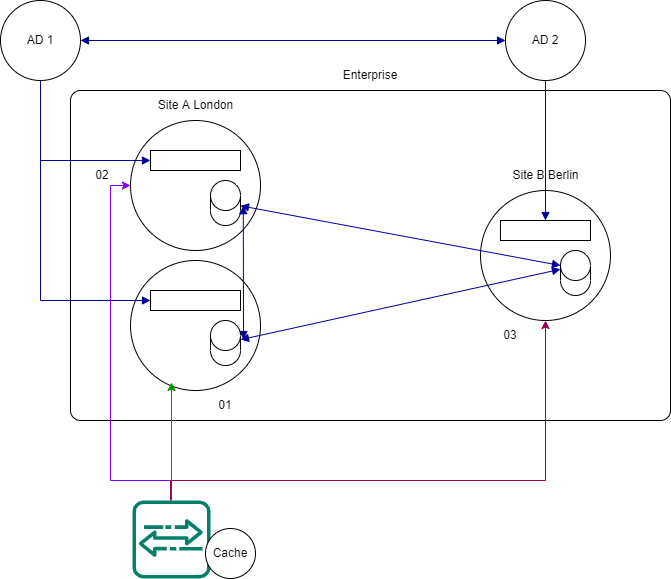
This is images/Imprivata.drawio.png from Radriverron/radriverron.github.io, a draw.io export, as it was before one commit. Source tidied: cells renumbered, new cells last; positions are measured from the earlier drawing's top-left corner, leaving out a move shared by most shapes.
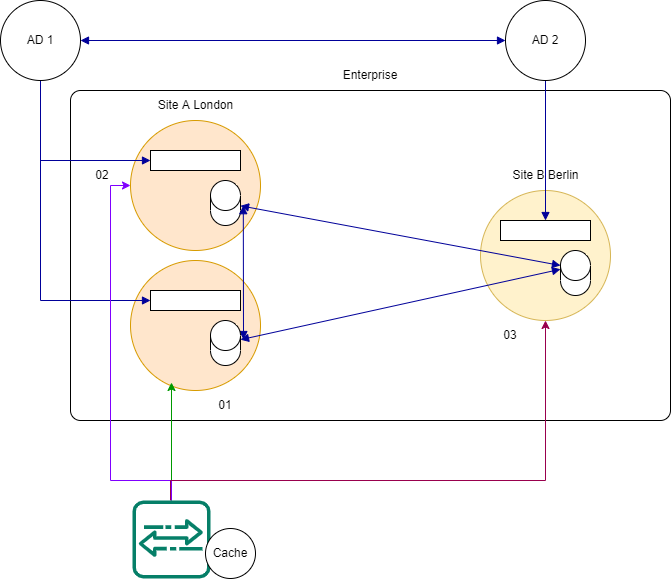
The same diagram one commit later.

The edit, as a diff of the source:
```diff
@@ -5,13 +5,13 @@
     <mxCell id="2" style="rounded=1;whiteSpace=wrap;html=1;absoluteArcSize=1;" parent="1" vertex="1">
       <mxGeometry x="70" y="90" width="600" height="330" as="geometry" />
     </mxCell>
-    <mxCell id="3" style="ellipse;whiteSpace=wrap;html=1;" parent="1" vertex="1">
+    <mxCell id="3" style="ellipse;whiteSpace=wrap;html=1;fillColor=#ffe6cc;strokeColor=#d79b00;" parent="1" vertex="1">
       <mxGeometry x="130" y="120" width="130" height="130" as="geometry" />
     </mxCell>
-    <mxCell id="4" style="ellipse;whiteSpace=wrap;html=1;" parent="1" vertex="1">
+    <mxCell id="4" style="ellipse;whiteSpace=wrap;html=1;fillColor=#ffe6cc;strokeColor=#d79b00;" parent="1" vertex="1">
       <mxGeometry x="130" y="260" width="130" height="130" as="geometry" />
     </mxCell>
-    <mxCell id="5" style="ellipse;whiteSpace=wrap;html=1;" parent="1" vertex="1">
+    <mxCell id="5" style="ellipse;whiteSpace=wrap;html=1;fillColor=#fff2cc;strokeColor=#d6b656;" parent="1" vertex="1">
       <mxGeometry x="480" y="190" width="130" height="130" as="geometry" />
     </mxCell>
     <mxCell id="6" value="Site A London" style="text;html=1;strokeColor=none;fillColor=none;align=center;verticalAlign=middle;whiteSpace=wrap;rounded=0;" parent="1" vertex="1">
```
